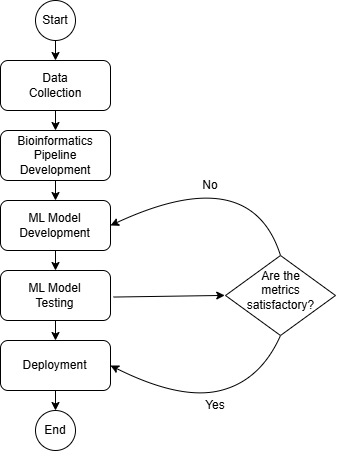
Above: documentation/figures/research_activities.png in linyvonnea/mitochime (draw.io), before the change. Source tidied: cells renumbered, new cells last; positions are measured from the earlier drawing's top-left corner, leaving out a move shared by most shapes.
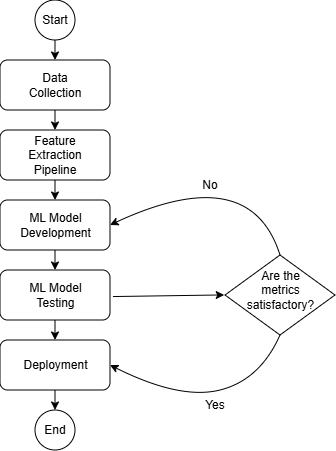
Above is the later version.

Commit message:
[duranne] bioinformatics to feature extraction

What changed in the source:
```diff
@@ -17,7 +17,7 @@
     <mxCell id="6" style="rounded=1;whiteSpace=wrap;html=1;" parent="1" vertex="1">
       <mxGeometry y="130" width="110" height="50" as="geometry" />
     </mxCell>
-    <mxCell id="7" value="Bioinformatics Pipeline Development" style="text;strokeColor=none;align=center;fillColor=none;html=1;verticalAlign=middle;whiteSpace=wrap;rounded=0;" parent="1" vertex="1">
+    <mxCell id="7" value="Feature Extraction Pipeline" style="text;strokeColor=none;align=center;fillColor=none;html=1;verticalAlign=middle;whiteSpace=wrap;rounded=0;" parent="1" vertex="1">
       <mxGeometry x="25" y="140" width="60" height="30" as="geometry" />
     </mxCell>
     <mxCell id="8" style="rounded=1;whiteSpace=wrap;html=1;" parent="1" vertex="1">
```
